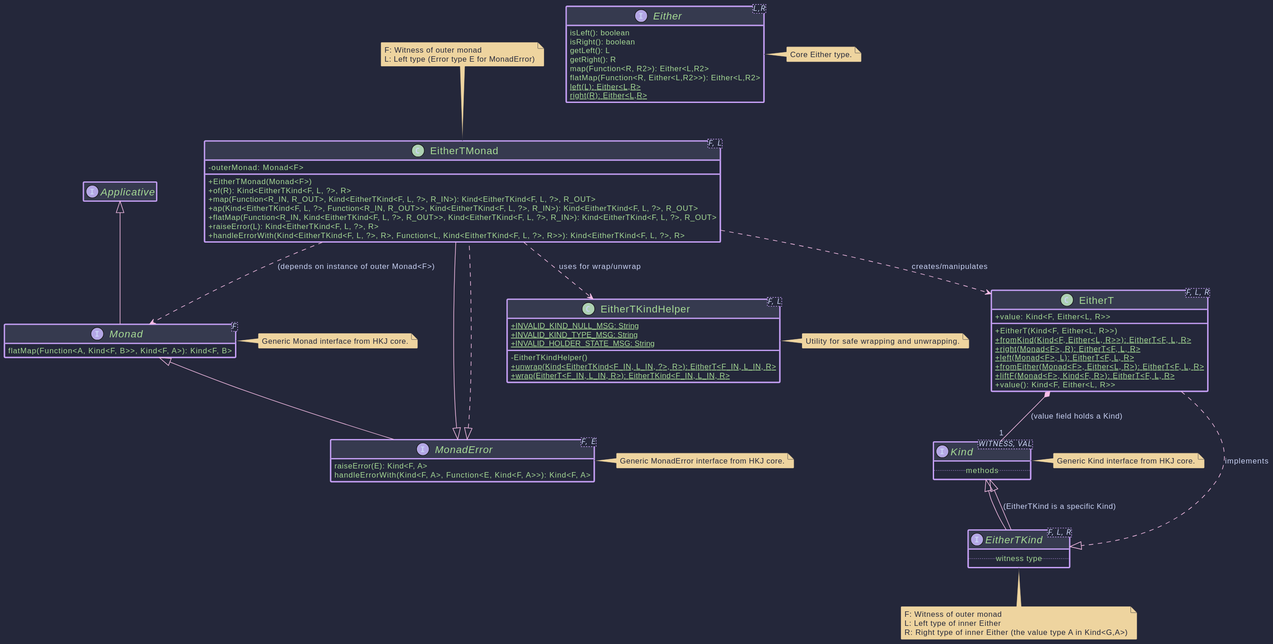
The PlantUML diagram hkj-book/src/images/puml/maybet_transformer.svg in higher-kinded-j/higher-kinded-j, before a commit.
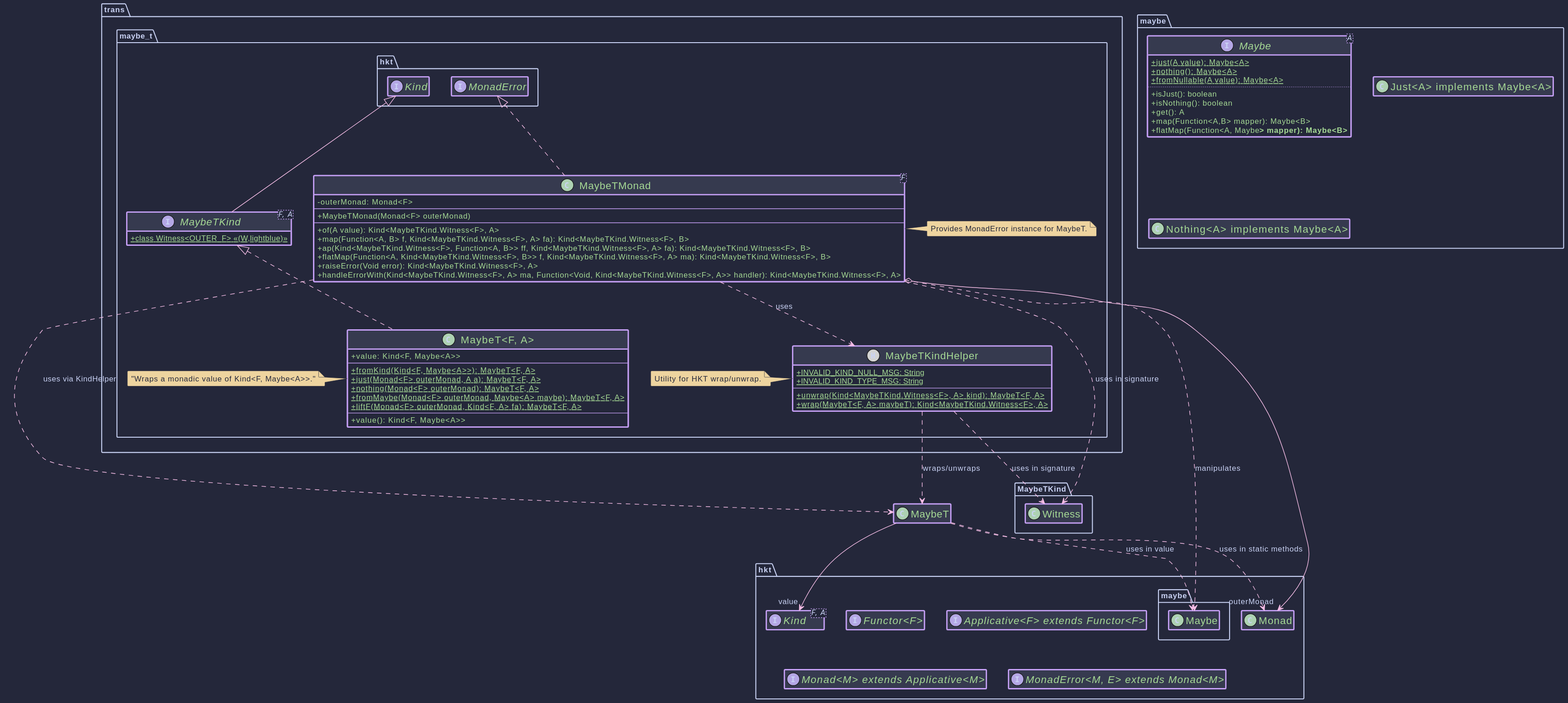
After the change.

Diff of the diagram source:
```diff
@@ -5,92 +5,85 @@
 skinparam defaultFontName "Roboto, Helvetica"
 hide empty members
 
+package "trans.maybe_t" {
 
-  interface Kind<WITNESS, VAL> {
-    .. methods ..
-  }
-  note right of Kind: Generic Kind interface from HKJ core.
-
-  interface Monad<F> extends Applicative<F> {
-    flatMap(Function<A, Kind<F, B>>, Kind<F, A>): Kind<F, B>
-  }
-  note right of Monad: Generic Monad interface from HKJ core.
-
-  interface MonadError<F, E> extends Monad<F> {
-    raiseError(E): Kind<F, A>
-    handleErrorWith(Kind<F, A>, Function<E, Kind<F, A>>): Kind<F, A>
-  }
-  note right of MonadError: Generic MonadError interface from HKJ core.
-
-
-  class EitherT<F, L, R> {
-    + value: Kind<F, Either<L, R>>
-    + EitherT(Kind<F, Either<L, R>>)
-    + {static} fromKind(Kind<F, Either<L, R>>): EitherT<F, L, R>
-    + {static} right(Monad<F>, R): EitherT<F, L, R>
-    + {static} left(Monad<F>, L): EitherT<F, L, R>
-    + {static} fromEither(Monad<F>, Either<L, R>): EitherT<F, L, R>
-    + {static} liftF(Monad<F>, Kind<F, R>): EitherT<F, L, R>
-    + value(): Kind<F, Either<L, R>>
+  interface MaybeTKind<F, A> extends hkt.Kind<MaybeTKind.Witness<F>, A> {
+    + {static} class Witness<OUTER_F> << (W,lightblue) >>
   }
 
-  interface EitherTKind<F, L, R> extends Kind<EitherTKind<F, L, ?>, R> {
-    .. witness type ..
+  class "MaybeT<F, A>" implements MaybeTKind<F, A> {
+    + value: Kind<F, Maybe<A>>
+    --
+    + {static} fromKind(Kind<F, Maybe<A>>): MaybeT<F, A>
+    + {static} just(Monad<F> outerMonad, A a): MaybeT<F, A>
+    + {static} nothing(Monad<F> outerMonad): MaybeT<F, A>
+    + {static} fromMaybe(Monad<F> outerMonad, Maybe<A> maybe): MaybeT<F, A>
+    + {static} liftF(Monad<F> outerMonad, Kind<F, A> fa): MaybeT<F, A>
+    --
+    + value(): Kind<F, Maybe<A>>
   }
-  note bottom of EitherTKind
-    F: Witness of outer monad
-    L: Left type of inner Either
-    R: Right type of inner Either (the value type A in Kind<G,A>)
-  end note
+  note left of "MaybeT<F, A>" : "Wraps a monadic value of Kind<F, Maybe<A>>."
 
-  EitherT ..|> EitherTKind : implements
+  class MaybeTMonad<F> implements hkt.MonadError<MaybeTKind.Witness<F>, java.lang.Void> {
+    - outerMonad: Monad<F>
+    --
+    + MaybeTMonad(Monad<F> outerMonad)
+    --
+    + of(A value): Kind<MaybeTKind.Witness<F>, A>
+    + map(Function<A, B> f, Kind<MaybeTKind.Witness<F>, A> fa): Kind<MaybeTKind.Witness<F>, B>
+    + ap(Kind<MaybeTKind.Witness<F>, Function<A, B>> ff, Kind<MaybeTKind.Witness<F>, A> fa): Kind<MaybeTKind.Witness<F>, B>
+    + flatMap(Function<A, Kind<MaybeTKind.Witness<F>, B>> f, Kind<MaybeTKind.Witness<F>, A> ma): Kind<MaybeTKind.Witness<F>, B>
+    + raiseError(Void error): Kind<MaybeTKind.Witness<F>, A>
+    + handleErrorWith(Kind<MaybeTKind.Witness<F>, A> ma, Function<Void, Kind<MaybeTKind.Witness<F>, A>> handler): Kind<MaybeTKind.Witness<F>, A>
+  }
+  note right of MaybeTMonad : Provides MonadError instance for MaybeT.
 
-  class EitherTKindHelper<F, L> {
+  class MaybeTKindHelper << (H,lightgrey) >> {
     + {static} INVALID_KIND_NULL_MSG: String
     + {static} INVALID_KIND_TYPE_MSG: String
-    + {static} INVALID_HOLDER_STATE_MSG: String
-    - EitherTKindHelper()
-    + {static} unwrap(Kind<EitherTKind<F_IN, L_IN, ?>, R>): EitherT<F_IN, L_IN, R>
-    + {static} wrap(EitherT<F_IN, L_IN, R>): EitherTKind<F_IN, L_IN, R>
+    --
+    + {static} unwrap(Kind<MaybeTKind.Witness<F>, A> kind): MaybeT<F, A>
+    + {static} wrap(MaybeT<F, A> maybeT): Kind<MaybeTKind.Witness<F>, A>
   }
-  note right of EitherTKindHelper: Utility for safe wrapping and unwrapping.
+  note left of MaybeTKindHelper : Utility for HKT wrap/unwrap.
 
+}
 
-  class EitherTMonad<F, L> implements MonadError<EitherTKind<F, L, ?>, L> {
-    - outerMonad: Monad<F>
-    + EitherTMonad(Monad<F>)
-    + of(R): Kind<EitherTKind<F, L, ?>, R>
-    + map(Function<R_IN, R_OUT>, Kind<EitherTKind<F, L, ?>, R_IN>): Kind<EitherTKind<F, L, ?>, R_OUT>
-    + ap(Kind<EitherTKind<F, L, ?>, Function<R_IN, R_OUT>>, Kind<EitherTKind<F, L, ?>, R_IN>): Kind<EitherTKind<F, L, ?>, R_OUT>
-    + flatMap(Function<R_IN, Kind<EitherTKind<F, L, ?>, R_OUT>>, Kind<EitherTKind<F, L, ?>, R_IN>): Kind<EitherTKind<F, L, ?>, R_OUT>
-    + raiseError(L): Kind<EitherTKind<F, L, ?>, R>
-    + handleErrorWith(Kind<EitherTKind<F, L, ?>, R>, Function<L, Kind<EitherTKind<F, L, ?>, R>>): Kind<EitherTKind<F, L, ?>, R>
+package "hkt" {
+  interface Kind<F, A>
+  interface "Functor<F>"
+  interface "Applicative<F> extends Functor<F>"
+  interface "Monad<M> extends Applicative<M>"
+  interface "MonadError<M, E> extends Monad<M>"
+}
+
+package "maybe" {
+  interface Maybe<A> {
+    + {static} just(A value): Maybe<A>
+    + {static} nothing(): Maybe<A>
+    + {static} fromNullable(A value): Maybe<A>
+    ..
+    + isJust(): boolean
+    + isNothing(): boolean
+    + get(): A
+    + map(Function<A,B> mapper): Maybe<B>
+    + flatMap(Function<A, Maybe<B>> mapper): Maybe<B>
   }
-  note top of EitherTMonad
-    F: Witness of outer monad
-    L: Left type (Error type E for MonadError)
-  end note
+  class "Just<A> implements Maybe<A>"
+  class "Nothing<A> implements Maybe<A>"
+}
 
-  EitherTMonad ..> EitherTKindHelper : uses for wrap/unwrap
-  EitherTMonad ..> EitherT : creates/manipulates
-  EitherTMonad ..> Monad : (depends on instance of outer Monad<F>)
-  EitherTMonad --|> MonadError
+MaybeT --> "value" hkt.Kind
+MaybeT ..> hkt.maybe.Maybe : uses in value
+MaybeT ..> hkt.Monad : uses in static methods
 
+MaybeTMonad o--> "outerMonad" hkt.Monad
+MaybeTMonad ..> MaybeTKindHelper : uses
+MaybeTMonad ..> MaybeT : uses via KindHelper
+MaybeTMonad ..> MaybeTKind.Witness : uses in signature
+MaybeTMonad ..> hkt.maybe.Maybe : manipulates
 
-    interface Either<L,R> {
-       isLeft(): boolean
-       isRight(): boolean
-       getLeft(): L
-       getRight(): R
-       map(Function<R, R2>): Either<L,R2>
-       flatMap(Function<R, Either<L,R2>>): Either<L,R2>
-       {static} left(L): Either<L,R>
-       {static} right(R): Either<L,R>
-    }
-    note right of Either: Core Either type.
-
-
-  EitherT *-- "1" Kind : (value field holds a Kind)
-  Kind <|-- EitherTKind : (EitherTKind is a specific Kind)
+MaybeTKindHelper ..> MaybeT : wraps/unwraps
+MaybeTKindHelper ..> MaybeTKind.Witness : uses in signature
 
 @enduml
```
